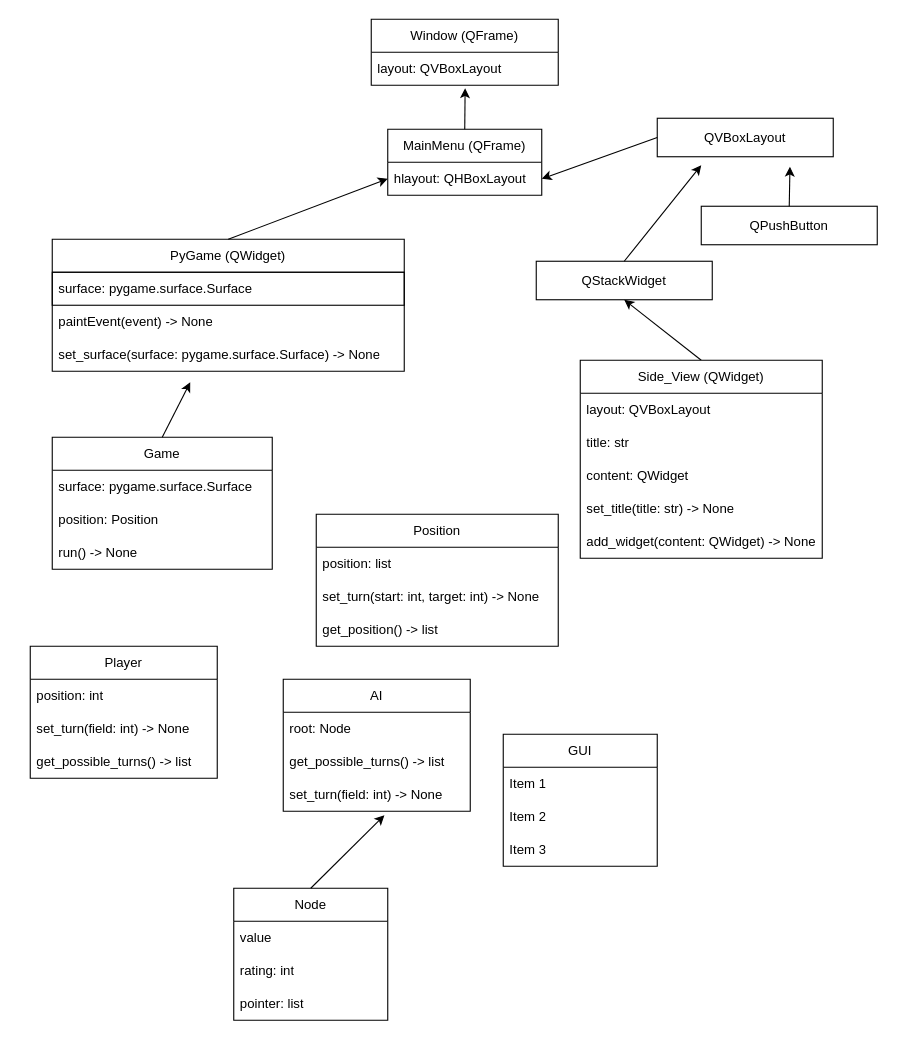
Earlier version of the draw.io diagram class_diagramm.drawio (Vincent-von-Schmidt/mini_chess). Source tidied: cells renumbered, new cells numbered last; positions are measured from the earlier drawing's top-left corner, leaving out a move shared by most shapes. Both pictures are drawn from the tidied source at 110%, with x=0, y=0 at pixel (30, 19).
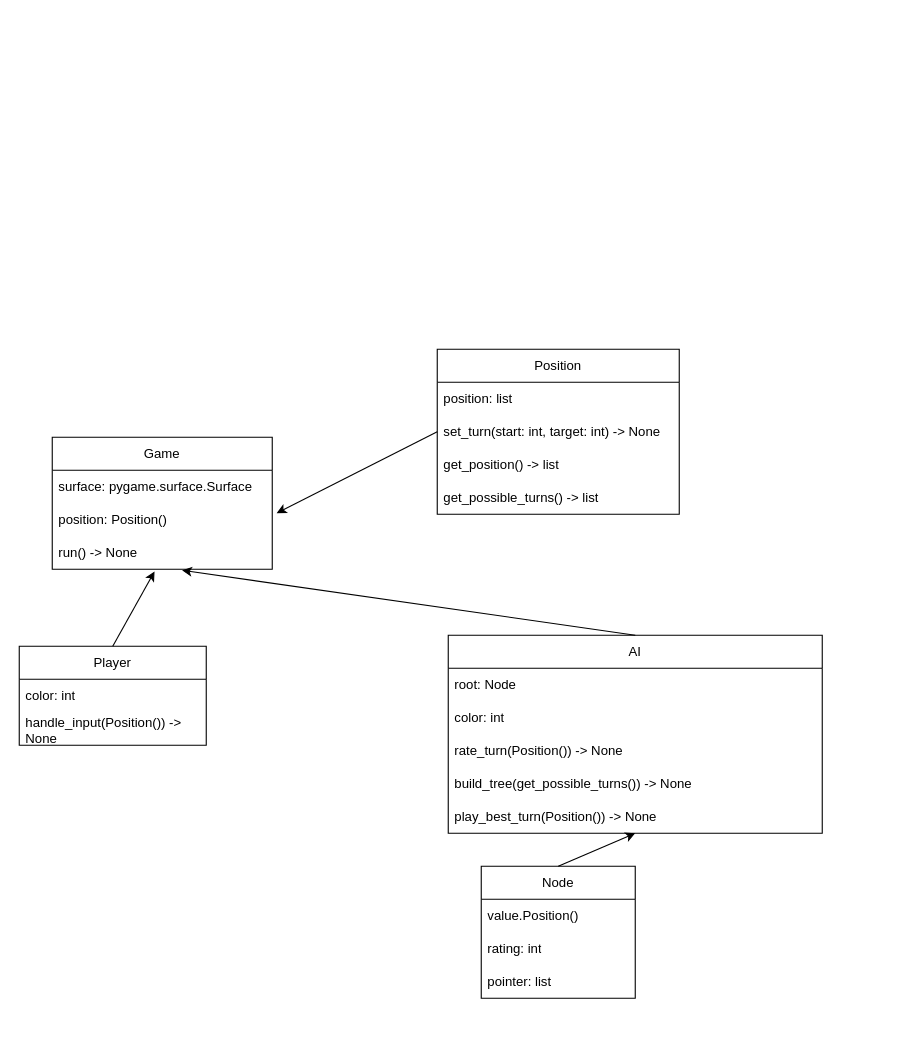
The same page after the edit.

The change refers to these unchanged cells:
```xml
<mxCell id="25" value="Game" style="swimlane;fontStyle=0;horizontal=1;startSize=30;whiteSpace=wrap;html=1;" parent="1" vertex="1">
  <mxGeometry x="20" y="380" width="200" height="120" as="geometry" />
</mxCell>
<mxCell id="28" value="run() -&amp;gt; None" style="text;strokeColor=none;fillColor=none;align=left;verticalAlign=middle;spacingLeft=4;spacingRight=4;overflow=hidden;points=[[0,0.5],[1,0.5]];portConstraint=eastwest;whiteSpace=wrap;html=1;" parent="25" vertex="1">
  <mxGeometry y="90" width="200" height="30" as="geometry" />
</mxCell>
<mxCell id="36" value="set_turn(start: int, target: int) -&amp;gt; None" style="text;strokeColor=none;fillColor=none;align=left;verticalAlign=middle;spacingLeft=4;spacingRight=4;overflow=hidden;points=[[0,0.5],[1,0.5]];portConstraint=eastwest;whiteSpace=wrap;html=1;" parent="34" vertex="1">
  <mxGeometry y="60" width="220" height="30" as="geometry" />
</mxCell>
```

Diff of the diagram source:
```diff
@@
-    <mxCell id="2" value="Window (QFrame)" style="swimlane;fontStyle=0;horizontal=1;startSize=30;whiteSpace=wrap;html=1;" parent="1" vertex="1">
-      <mxGeometry x="310" width="170" height="60" as="geometry" />
-    </mxCell>
-    <mxCell id="3" value="layout: QVBoxLayout" style="text;strokeColor=none;fillColor=none;align=left;verticalAlign=middle;spacingLeft=4;spacingRight=4;overflow=hidden;points=[[0,0.5],[1,0.5]];portConstraint=eastwest;whiteSpace=wrap;html=1;" parent="2" vertex="1">
-      <mxGeometry y="30" width="170" height="30" as="geometry" />
-    </mxCell>
-    <mxCell id="4" value="MainMenu (QFrame)" style="swimlane;fontStyle=0;horizontal=1;startSize=30;whiteSpace=wrap;html=1;" parent="1" vertex="1">
-      <mxGeometry x="325" y="100" width="140" height="60" as="geometry" />
-    </mxCell>
-    <mxCell id="5" value="hlayout: QHBoxLayout" style="text;strokeColor=none;fillColor=none;align=left;verticalAlign=middle;spacingLeft=4;spacingRight=4;overflow=hidden;points=[[0,0.5],[1,0.5]];portConstraint=eastwest;whiteSpace=wrap;html=1;" parent="4" vertex="1">
-      <mxGeometry y="30" width="140" height="30" as="geometry" />
-    </mxCell>
-    <mxCell id="6" style="endArrow=classic;html=1;rounded=0;exitX=0.5;exitY=0;exitDx=0;exitDy=0;entryX=0.502;entryY=1.089;entryDx=0;entryDy=0;entryPerimeter=0;" parent="1" edge="1" source="4" target="3">
-      <mxGeometry relative="1" as="geometry" />
-    </mxCell>
-    <mxCell id="7" value="PyGame (QWidget)" style="swimlane;fontStyle=0;horizontal=1;startSize=30;whiteSpace=wrap;html=1;" parent="1" vertex="1">
-      <mxGeometry x="20" y="200" width="320" height="120" as="geometry" />
-    </mxCell>
-    <mxCell id="8" value="surface: pygame.surface.Surface" style="text;strokeColor=default;fillColor=none;align=left;verticalAlign=middle;spacingLeft=4;spacingRight=4;overflow=hidden;whiteSpace=wrap;html=1;" parent="7" vertex="1">
-      <mxGeometry y="30" width="320" height="30" as="geometry" />
-    </mxCell>
-    <mxCell id="9" value="paintEvent(event) -&amp;gt; None" style="text;strokeColor=none;fillColor=none;align=left;verticalAlign=middle;spacingLeft=4;spacingRight=4;overflow=hidden;whiteSpace=wrap;html=1;" parent="7" vertex="1">
-      <mxGeometry y="60" width="320" height="30" as="geometry" />
-    </mxCell>
-    <mxCell id="10" value="set_surface(surface: pygame.surface.Surface) -&amp;gt; None" style="text;strokeColor=none;fillColor=none;align=left;verticalAlign=middle;spacingLeft=4;spacingRight=4;overflow=hidden;points=[[0,0.5],[1,0.5]];portConstraint=eastwest;whiteSpace=wrap;html=1;" parent="7" vertex="1">
-      <mxGeometry y="90" width="320" height="30" as="geometry" />
-    </mxCell>
-    <mxCell id="11" style="endArrow=classic;html=1;rounded=0;exitX=0.5;exitY=0;exitDx=0;exitDy=0;entryX=0;entryY=0.5;entryDx=0;entryDy=0;" parent="1" edge="1" source="7" target="5">
-      <mxGeometry relative="1" as="geometry" />
-    </mxCell>
-    <mxCell id="12" value="QPushButton" style="rounded=0;whiteSpace=wrap;html=1;" parent="1" vertex="1">
-      <mxGeometry x="610" y="170" width="160" height="35" as="geometry" />
-    </mxCell>
-    <mxCell id="13" style="endArrow=classic;html=1;rounded=0;exitX=0.5;exitY=0;exitDx=0;exitDy=0;entryX=0.754;entryY=1.257;entryDx=0;entryDy=0;entryPerimeter=0;" parent="1" edge="1" source="12" target="14">
-      <mxGeometry relative="1" as="geometry" />
-    </mxCell>
-    <mxCell id="14" value="QVBoxLayout" style="rounded=0;whiteSpace=wrap;html=1;" parent="1" vertex="1">
-      <mxGeometry x="570" y="90" width="160" height="35" as="geometry" />
-    </mxCell>
-    <mxCell id="15" style="endArrow=classic;html=1;rounded=0;entryX=1;entryY=0.5;entryDx=0;entryDy=0;exitX=0;exitY=0.5;exitDx=0;exitDy=0;" parent="1" edge="1" source="14" target="5">
-      <mxGeometry relative="1" as="geometry" />
-    </mxCell>
-    <mxCell id="16" value="QStackWidget" style="rounded=0;whiteSpace=wrap;html=1;" parent="1" vertex="1">
-      <mxGeometry x="460" y="220" width="160" height="35" as="geometry" />
-    </mxCell>
-    <mxCell id="17" style="endArrow=classic;html=1;rounded=0;exitX=0.5;exitY=0;exitDx=0;exitDy=0;entryX=0.25;entryY=1.219;entryDx=0;entryDy=0;entryPerimeter=0;" parent="1" edge="1" source="16" target="14">
-      <mxGeometry relative="1" as="geometry" />
-    </mxCell>
-    <mxCell id="18" style="endArrow=classic;html=1;rounded=0;exitX=0.5;exitY=0;exitDx=0;exitDy=0;entryX=0.5;entryY=1;entryDx=0;entryDy=0;" parent="1" edge="1" source="19" target="16">
-      <mxGeometry relative="1" as="geometry" />
-    </mxCell>
-    <mxCell id="19" value="Side_View (QWidget)" style="swimlane;fontStyle=0;horizontal=1;startSize=30;whiteSpace=wrap;html=1;" parent="1" vertex="1">
-      <mxGeometry x="500" y="310" width="220" height="180" as="geometry" />
-    </mxCell>
-    <mxCell id="20" value="layout: QVBoxLayout" style="text;strokeColor=none;fillColor=none;align=left;verticalAlign=middle;spacingLeft=4;spacingRight=4;overflow=hidden;whiteSpace=wrap;html=1;" parent="19" vertex="1">
-      <mxGeometry y="30" width="220" height="30" as="geometry" />
-    </mxCell>
-    <mxCell id="21" value="title: str" style="text;strokeColor=none;fillColor=none;align=left;verticalAlign=middle;spacingLeft=4;spacingRight=4;overflow=hidden;whiteSpace=wrap;html=1;" parent="19" vertex="1">
-      <mxGeometry y="60" width="220" height="30" as="geometry" />
-    </mxCell>
-    <mxCell id="22" value="content: QWidget" style="text;strokeColor=none;fillColor=none;align=left;verticalAlign=middle;spacingLeft=4;spacingRight=4;overflow=hidden;whiteSpace=wrap;html=1;" parent="19" vertex="1">
-      <mxGeometry y="90" width="220" height="30" as="geometry" />
-    </mxCell>
-    <mxCell id="23" value="set_title(title: str) -&amp;gt; None" style="text;strokeColor=none;fillColor=none;align=left;verticalAlign=middle;spacingLeft=4;spacingRight=4;overflow=hidden;whiteSpace=wrap;html=1;" parent="19" vertex="1">
-      <mxGeometry y="120" width="220" height="30" as="geometry" />
-    </mxCell>
-    <mxCell id="24" value="add_widget(content: QWidget) -&amp;gt; None" style="text;strokeColor=none;fillColor=none;align=left;verticalAlign=middle;spacingLeft=4;spacingRight=4;overflow=hidden;whiteSpace=wrap;html=1;strokeWidth=0;" parent="19" vertex="1">
-      <mxGeometry y="150" width="220" height="30" as="geometry" />
-    </mxCell>
@@
-    <mxCell id="27" value="position: Position" style="text;strokeColor=none;fillColor=none;align=left;verticalAlign=middle;spacingLeft=4;spacingRight=4;overflow=hidden;points=[[0,0.5],[1,0.5]];portConstraint=eastwest;whiteSpace=wrap;html=1;" parent="25" vertex="1">
+    <mxCell id="27" value="position: Position()" style="text;strokeColor=none;fillColor=none;align=left;verticalAlign=middle;spacingLeft=4;spacingRight=4;overflow=hidden;points=[[0,0.5],[1,0.5]];portConstraint=eastwest;whiteSpace=wrap;html=1;" parent="25" vertex="1">
       <mxGeometry y="60" width="200" height="30" as="geometry" />
     </mxCell>
@@
-    <mxCell id="29" style="endArrow=classic;html=1;rounded=0;exitX=0.5;exitY=0;exitDx=0;exitDy=0;entryX=0.392;entryY=1.333;entryDx=0;entryDy=0;entryPerimeter=0;" parent="1" edge="1" source="25" target="10">
-      <mxGeometry relative="1" as="geometry" />
-    </mxCell>
     <mxCell id="30" value="Player" style="swimlane;fontStyle=0;horizontal=1;startSize=30;whiteSpace=wrap;html=1;" parent="1" vertex="1">
-      <mxGeometry y="570" width="170" height="120" as="geometry" />
+      <mxGeometry x="-10" y="570" width="170" height="90" as="geometry" />
     </mxCell>
-    <mxCell id="31" value="position: int" style="text;strokeColor=none;fillColor=none;align=left;verticalAlign=middle;spacingLeft=4;spacingRight=4;overflow=hidden;whiteSpace=wrap;html=1;" parent="30" vertex="1">
+    <mxCell id="31" value="color: int" style="text;strokeColor=none;fillColor=none;align=left;verticalAlign=middle;spacingLeft=4;spacingRight=4;overflow=hidden;whiteSpace=wrap;html=1;" parent="30" vertex="1">
       <mxGeometry y="30" width="170" height="30" as="geometry" />
     </mxCell>
-    <mxCell id="32" value="set_turn(field: int) -&amp;gt; None" style="text;strokeColor=none;fillColor=none;align=left;verticalAlign=middle;spacingLeft=4;spacingRight=4;overflow=hidden;whiteSpace=wrap;html=1;" parent="30" vertex="1">
-      <mxGeometry y="60" width="170" height="30" as="geometry" />
-    </mxCell>
-    <mxCell id="33" value="get_possible_turns() -&amp;gt; list" style="text;strokeColor=none;fillColor=none;align=left;verticalAlign=middle;spacingLeft=4;spacingRight=4;overflow=hidden;whiteSpace=wrap;html=1;" parent="30" vertex="1">
-      <mxGeometry y="90" width="170" height="30" as="geometry" />
-    </mxCell>
+    <mxCell id="51" value="handle_input(Position()) -&amp;gt; None" style="text;strokeColor=none;fillColor=none;align=left;verticalAlign=middle;spacingLeft=4;spacingRight=4;overflow=hidden;whiteSpace=wrap;html=1;" parent="30" vertex="1">
+      <mxGeometry y="60" width="170" height="30" as="geometry" />
+    </mxCell>
     <mxCell id="34" value="Position" style="swimlane;fontStyle=0;horizontal=1;startSize=30;whiteSpace=wrap;html=1;" parent="1" vertex="1">
-      <mxGeometry x="260" y="450" width="220" height="120" as="geometry" />
+      <mxGeometry x="370" y="300" width="220" height="150" as="geometry" />
     </mxCell>
@@
+    <mxCell id="52" value="get_possible_turns() -&amp;gt; list" style="text;strokeColor=none;fillColor=none;align=left;verticalAlign=middle;spacingLeft=4;spacingRight=4;overflow=hidden;whiteSpace=wrap;html=1;" parent="34" vertex="1">
+      <mxGeometry y="120" width="220" height="30" as="geometry" />
+    </mxCell>
     <mxCell id="38" value="AI" style="swimlane;fontStyle=0;horizontal=1;startSize=30;whiteSpace=wrap;html=1;" parent="1" vertex="1">
-      <mxGeometry x="230" y="600" width="170" height="120" as="geometry" />
+      <mxGeometry x="380" y="560" width="340" height="180" as="geometry" />
     </mxCell>
     <mxCell id="39" value="root: Node" style="text;strokeColor=none;fillColor=none;align=left;verticalAlign=middle;spacingLeft=4;spacingRight=4;overflow=hidden;whiteSpace=wrap;html=1;" parent="38" vertex="1">
-      <mxGeometry y="30" width="170" height="30" as="geometry" />
+      <mxGeometry y="30" width="340" height="30" as="geometry" />
     </mxCell>
-    <mxCell id="40" value="get_possible_turns() -&amp;gt; list" style="text;strokeColor=none;fillColor=none;align=left;verticalAlign=middle;spacingLeft=4;spacingRight=4;overflow=hidden;whiteSpace=wrap;html=1;" parent="38" vertex="1">
-      <mxGeometry y="60" width="170" height="30" as="geometry" />
-    </mxCell>
-    <mxCell id="41" value="set_turn(field: int) -&amp;gt; None" style="text;strokeColor=none;fillColor=none;align=left;verticalAlign=middle;spacingLeft=4;spacingRight=4;overflow=hidden;points=[[0,0.5],[1,0.5]];portConstraint=eastwest;whiteSpace=wrap;html=1;" parent="38" vertex="1">
-      <mxGeometry y="90" width="170" height="30" as="geometry" />
-    </mxCell>
+    <mxCell id="53" value="color: int" style="text;strokeColor=none;fillColor=none;align=left;verticalAlign=middle;spacingLeft=4;spacingRight=4;overflow=hidden;whiteSpace=wrap;html=1;" parent="38" vertex="1">
+      <mxGeometry y="60" width="340" height="30" as="geometry" />
+    </mxCell>
+    <mxCell id="54" value="&lt;div&gt;rate_turn(Position()) -&amp;gt; None&lt;/div&gt;" style="text;strokeColor=none;fillColor=none;align=left;verticalAlign=middle;spacingLeft=4;spacingRight=4;overflow=hidden;whiteSpace=wrap;html=1;" parent="38" vertex="1">
+      <mxGeometry y="90" width="340" height="30" as="geometry" />
+    </mxCell>
+    <mxCell id="55" value="&lt;div&gt;build_tree(get_possible_turns()) -&amp;gt; None&lt;br&gt;&lt;/div&gt;" style="text;strokeColor=none;fillColor=none;align=left;verticalAlign=middle;spacingLeft=4;spacingRight=4;overflow=hidden;whiteSpace=wrap;html=1;" parent="38" vertex="1">
+      <mxGeometry y="120" width="340" height="30" as="geometry" />
+    </mxCell>
+    <mxCell id="56" value="play_best_turn(Position()) -&amp;gt; None" style="text;strokeColor=none;fillColor=none;align=left;verticalAlign=middle;spacingLeft=4;spacingRight=4;overflow=hidden;whiteSpace=wrap;html=1;" parent="38" vertex="1">
+      <mxGeometry y="150" width="340" height="30" as="geometry" />
+    </mxCell>
     <mxCell id="42" value="Node" style="swimlane;fontStyle=0;horizontal=1;startSize=30;whiteSpace=wrap;html=1;" parent="1" vertex="1">
-      <mxGeometry x="185" y="790" width="140" height="120" as="geometry" />
+      <mxGeometry x="410" y="770" width="140" height="120" as="geometry" />
     </mxCell>
-    <mxCell id="43" value="value" style="text;strokeColor=none;fillColor=none;align=left;verticalAlign=middle;spacingLeft=4;spacingRight=4;overflow=hidden;whiteSpace=wrap;html=1;" parent="42" vertex="1">
+    <mxCell id="43" value="value.Position()" style="text;strokeColor=none;fillColor=none;align=left;verticalAlign=middle;spacingLeft=4;spacingRight=4;overflow=hidden;whiteSpace=wrap;html=1;" parent="42" vertex="1">
       <mxGeometry y="30" width="140" height="30" as="geometry" />
     </mxCell>
@@
-    <mxCell id="46" style="endArrow=classic;html=1;rounded=0;exitX=0.5;exitY=0;exitDx=0;exitDy=0;entryX=0.541;entryY=1.122;entryDx=0;entryDy=0;entryPerimeter=0;" parent="1" edge="1" source="42" target="41">
+    <mxCell id="46" style="endArrow=classic;html=1;rounded=0;exitX=0.5;exitY=0;exitDx=0;exitDy=0;entryX=0.5;entryY=1;entryDx=0;entryDy=0;" parent="1" edge="1" source="42" target="38">
       <mxGeometry relative="1" as="geometry" />
     </mxCell>
-    <mxCell id="47" value="GUI" style="swimlane;fontStyle=0;horizontal=1;startSize=30;whiteSpace=wrap;html=1;" parent="1" vertex="1">
-      <mxGeometry x="430" y="650" width="140" height="120" as="geometry" />
-    </mxCell>
-    <mxCell id="48" value="Item 1" style="text;strokeColor=none;fillColor=none;align=left;verticalAlign=middle;spacingLeft=4;spacingRight=4;overflow=hidden;whiteSpace=wrap;html=1;" parent="47" vertex="1">
-      <mxGeometry y="30" width="140" height="30" as="geometry" />
-    </mxCell>
-    <mxCell id="49" value="Item 2" style="text;strokeColor=none;fillColor=none;align=left;verticalAlign=middle;spacingLeft=4;spacingRight=4;overflow=hidden;whiteSpace=wrap;html=1;" parent="47" vertex="1">
-      <mxGeometry y="60" width="140" height="30" as="geometry" />
-    </mxCell>
-    <mxCell id="50" value="Item 3" style="text;strokeColor=none;fillColor=none;align=left;verticalAlign=middle;spacingLeft=4;spacingRight=4;overflow=hidden;whiteSpace=wrap;html=1;" parent="47" vertex="1">
-      <mxGeometry y="90" width="140" height="30" as="geometry" />
-    </mxCell>
+    <mxCell id="57" style="endArrow=classic;html=1;rounded=0;exitX=0.5;exitY=0;exitDx=0;exitDy=0;entryX=0.465;entryY=1.067;entryDx=0;entryDy=0;entryPerimeter=0;" parent="1" edge="1" source="30" target="28">
+      <mxGeometry relative="1" as="geometry" />
+    </mxCell>
+    <mxCell id="58" style="endArrow=classic;html=1;rounded=0;exitX=0.5;exitY=0;exitDx=0;exitDy=0;entryX=0.59;entryY=1.033;entryDx=0;entryDy=0;entryPerimeter=0;" parent="1" edge="1" source="38" target="28">
+      <mxGeometry relative="1" as="geometry" />
+    </mxCell>
+    <mxCell id="59" style="endArrow=classic;html=1;rounded=0;exitX=0;exitY=0.5;exitDx=0;exitDy=0;entryX=1.02;entryY=0.3;entryDx=0;entryDy=0;entryPerimeter=0;" parent="1" edge="1" source="36" target="27">
+      <mxGeometry relative="1" as="geometry" />
+    </mxCell>
```
